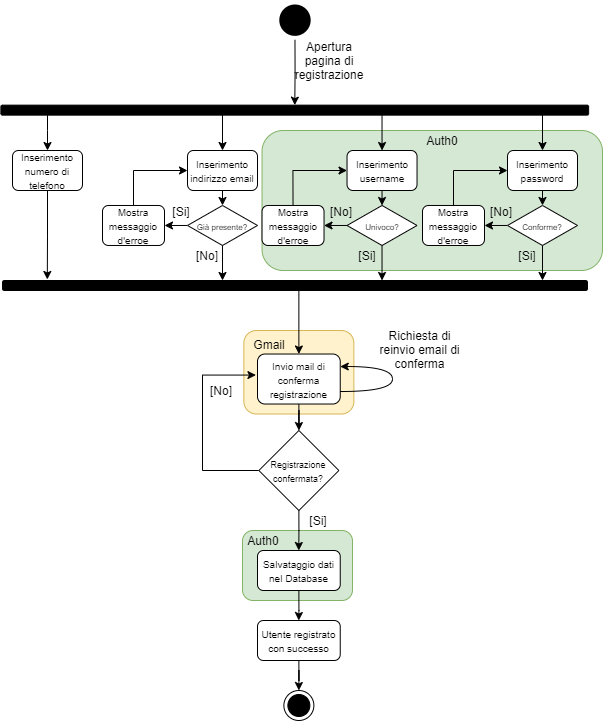
Above: UML/AD_registrazione.png in G15-UniTN/iSpesa (draw.io), before the change. Source tidied: cells renumbered, new cells last; positions are measured from the earlier drawing's top-left corner, leaving out a move shared by most shapes.
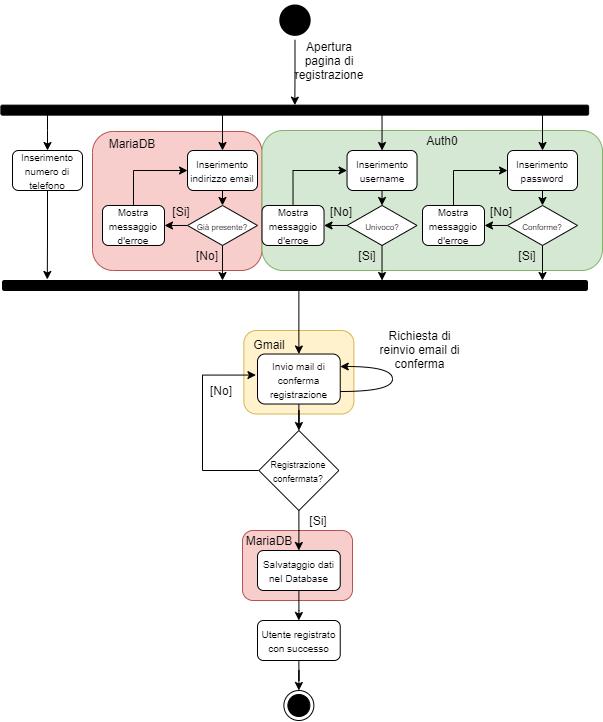
Above is the later version.

The edit, as a diff of the source:
```diff
@@ -2,10 +2,13 @@
   <root>
     <mxCell id="0" />
     <mxCell id="1" parent="0" />
+    <mxCell id="61" style="rounded=1;whiteSpace=wrap;html=1;fillColor=#f8cecc;strokeColor=#b85450;" parent="1" vertex="1">
+      <mxGeometry x="80" y="315" width="169.5" height="139" as="geometry" />
+    </mxCell>
     <mxCell id="2" style="rounded=1;whiteSpace=wrap;html=1;fillColor=#fff2cc;strokeColor=#d6b656;" parent="1" vertex="1">
       <mxGeometry x="231.4" y="514" width="110" height="83.5" as="geometry" />
     </mxCell>
-    <mxCell id="3" style="rounded=1;whiteSpace=wrap;html=1;fillColor=#d5e8d4;strokeColor=#82b366;" parent="1" vertex="1">
+    <mxCell id="3" style="rounded=1;whiteSpace=wrap;html=1;fillColor=#f8cecc;strokeColor=#b85450;" parent="1" vertex="1">
       <mxGeometry x="230" y="714" width="110" height="70" as="geometry" />
     </mxCell>
     <mxCell id="4" style="rounded=1;whiteSpace=wrap;html=1;fillColor=#d5e8d4;strokeColor=#82b366;" parent="1" vertex="1">
@@ -188,8 +191,8 @@
     <mxCell id="54" style="ellipse;html=1;shape=endState;fillColor=#000000;" parent="1" vertex="1">
       <mxGeometry x="271.4" y="874" width="30" height="30" as="geometry" />
     </mxCell>
-    <mxCell id="55" value="Auth0" style="text;html=1;strokeColor=none;fillColor=none;align=center;verticalAlign=middle;whiteSpace=wrap;rounded=0;" parent="1" vertex="1">
-      <mxGeometry x="231.4" y="714" width="40" height="20" as="geometry" />
+    <mxCell id="55" value="MariaDB" style="text;html=1;strokeColor=none;fillColor=none;align=center;verticalAlign=middle;whiteSpace=wrap;rounded=0;" parent="1" vertex="1">
+      <mxGeometry x="237.3" y="714" width="40" height="20" as="geometry" />
     </mxCell>
     <mxCell id="56" value="Gmail" style="text;html=1;strokeColor=none;fillColor=none;align=center;verticalAlign=middle;whiteSpace=wrap;rounded=0;" parent="1" vertex="1">
       <mxGeometry x="237.3" y="517.5" width="40" height="20" as="geometry" />
@@ -211,5 +214,8 @@
     <mxCell id="60" value="[No]" style="text;html=1;strokeColor=none;fillColor=none;align=center;verticalAlign=middle;whiteSpace=wrap;rounded=0;" parent="1" vertex="1">
       <mxGeometry x="189" y="564" width="40" height="20" as="geometry" />
     </mxCell>
+    <mxCell id="62" value="MariaDB" style="text;html=1;strokeColor=none;fillColor=none;align=center;verticalAlign=middle;whiteSpace=wrap;rounded=0;" parent="1" vertex="1">
+      <mxGeometry x="100" y="317" width="40" height="20" as="geometry" />
+    </mxCell>
   </root>
 </mxGraphModel>
```
